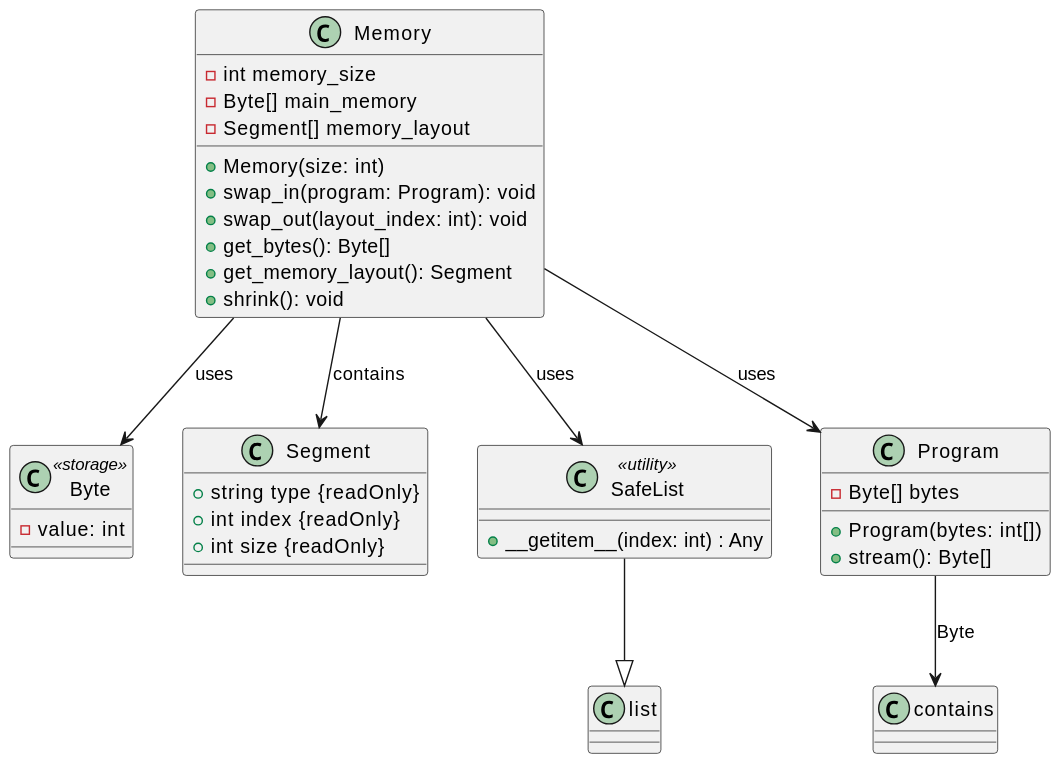
Caue-Aron/MEMSIM keeps this PlantUML diagram as out/schema/MEMSIM.svg. Above is the earlier version.
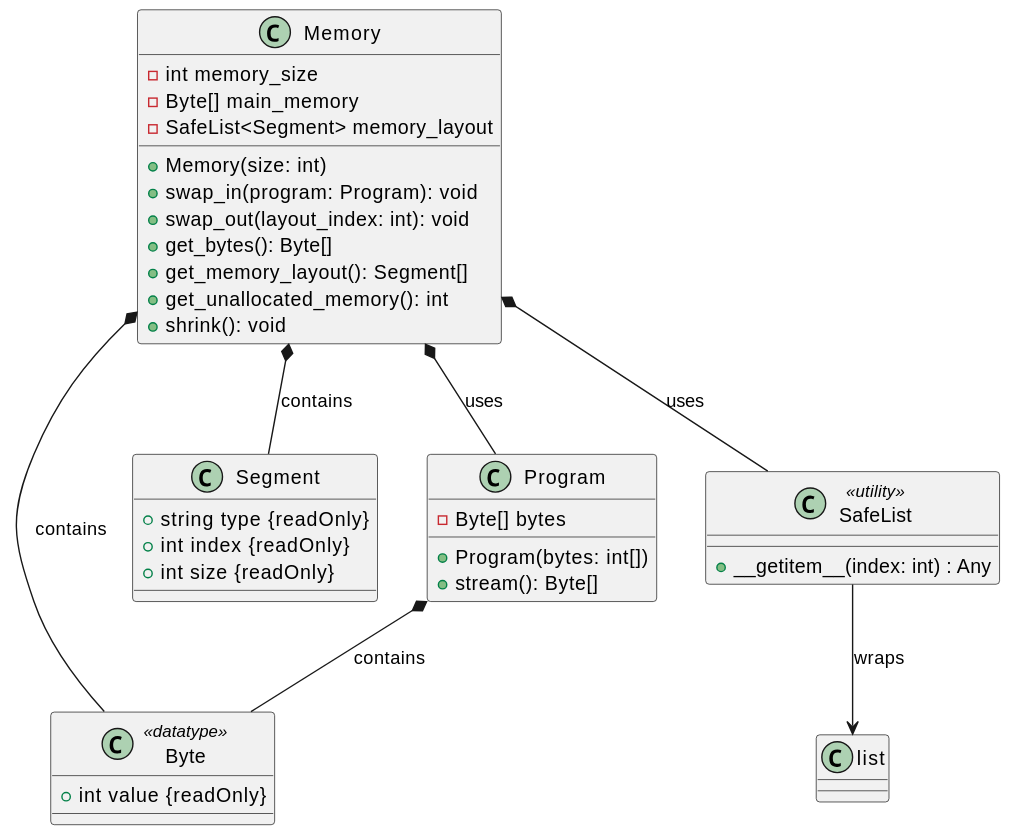
Later version of the same file.

Commit message:
fix(memsim): corrigido bug de buraco com tamanho 0

The edit, as a diff of the source:
```diff
@@ -2,18 +2,19 @@
 class Memory {
     - int memory_size
     - Byte[] main_memory
-    - Segment[] memory_layout
+    - SafeList<Segment> memory_layout
 
     + Memory(size: int)
     + swap_in(program: Program): void
     + swap_out(layout_index: int): void
     + get_bytes(): Byte[]
-    + get_memory_layout(): Segment
+    + get_memory_layout(): Segment[]
+    + get_unallocated_memory(): int
     + shrink(): void
 }
 
-class Byte <<storage>> {
-    - value: int
+class Byte <<datatype>> {
+    + int value {readOnly}
 }
 
 class Segment {
@@ -33,10 +34,10 @@
     + stream(): Byte[]
 }
 
-SafeList --|> list
-Memory --> Program : uses
-Memory --> SafeList : uses
-Memory --> Segment : contains
-Memory --> Byte : uses
-Program --> contains : Byte
+SafeList --> list : wraps
+Memory *-- Program : uses
+Memory *-- SafeList : uses
+Memory *-- Segment : contains
+Memory *-- Byte : contains
+Program *-- Byte : contains
 @enduml
```
